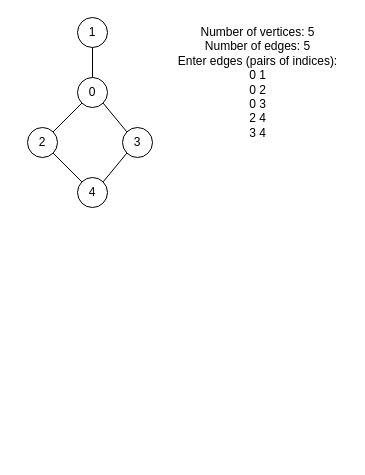
Before: nine/assignment9.drawio in alireza9978/AppliedGraphAlgorithmics, a draw.io diagram. Source tidied: cells renumbered, new cells numbered last; positions are measured from the earlier drawing's top-left corner, leaving out a move shared by most shapes. Both pictures are drawn from the tidied source at 100%, with x=0, y=0 at pixel (27, 17).
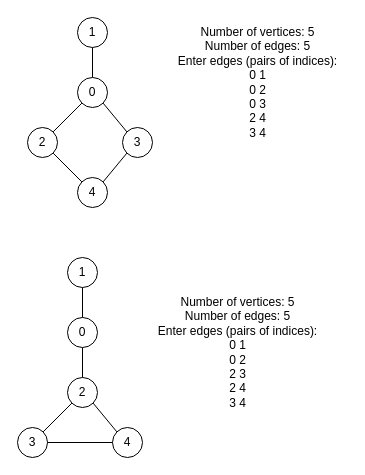
Above is the later version.

Commit message:
add another example

What changed in the source:
```diff
@@
+    <mxCell id="13" value="2" style="ellipse;whiteSpace=wrap;html=1;" parent="1" vertex="1">
+      <mxGeometry x="40" y="360" width="30" height="30" as="geometry" />
+    </mxCell>
+    <mxCell id="14" value="0" style="ellipse;whiteSpace=wrap;html=1;" parent="1" vertex="1">
+      <mxGeometry x="40" y="300" width="30" height="30" as="geometry" />
+    </mxCell>
+    <mxCell id="15" value="3" style="ellipse;whiteSpace=wrap;html=1;" parent="1" vertex="1">
+      <mxGeometry x="-10" y="410" width="30" height="30" as="geometry" />
+    </mxCell>
+    <mxCell id="16" value="4" style="ellipse;whiteSpace=wrap;html=1;" parent="1" vertex="1">
+      <mxGeometry x="85" y="410" width="30" height="30" as="geometry" />
+    </mxCell>
+    <mxCell id="17" style="endArrow=none;html=1;rounded=0;entryX=0.5;entryY=1;entryDx=0;entryDy=0;exitX=0.5;exitY=0;exitDx=0;exitDy=0;" parent="1" edge="1" source="13" target="14">
+      <mxGeometry relative="1" as="geometry" />
+    </mxCell>
+    <mxCell id="18" style="endArrow=none;html=1;rounded=0;entryX=0;entryY=1;entryDx=0;entryDy=0;exitX=1;exitY=0;exitDx=0;exitDy=0;" parent="1" edge="1" source="15" target="13">
+      <mxGeometry relative="1" as="geometry" />
+    </mxCell>
+    <mxCell id="19" style="endArrow=none;html=1;rounded=0;exitX=1;exitY=1;exitDx=0;exitDy=0;entryX=0;entryY=0;entryDx=0;entryDy=0;" parent="1" edge="1" source="13" target="16">
+      <mxGeometry relative="1" as="geometry" />
+    </mxCell>
+    <mxCell id="20" style="endArrow=none;html=1;rounded=0;entryX=1;entryY=0.5;entryDx=0;entryDy=0;exitX=0;exitY=0.5;exitDx=0;exitDy=0;" parent="1" edge="1" source="16" target="15">
+      <mxGeometry relative="1" as="geometry" />
+    </mxCell>
+    <mxCell id="21" value="&lt;div&gt;Number of vertices: 5&lt;/div&gt;&lt;div&gt;Number of edges: 5&lt;/div&gt;&lt;div&gt;Enter edges (pairs of indices):&lt;/div&gt;&lt;div&gt;0 1&lt;/div&gt;&lt;div&gt;0 2&lt;/div&gt;&lt;div&gt;2 3&lt;/div&gt;&lt;div&gt;2 4&lt;/div&gt;&lt;div&gt;3 4&lt;/div&gt;" style="text;html=1;align=center;verticalAlign=middle;strokeColor=none;fillColor=none;" parent="1" vertex="1">
+      <mxGeometry x="120" y="270" width="180" height="130" as="geometry" />
+    </mxCell>
+    <mxCell id="22" value="1" style="ellipse;whiteSpace=wrap;html=1;" parent="1" vertex="1">
+      <mxGeometry x="40" y="240" width="30" height="30" as="geometry" />
+    </mxCell>
+    <mxCell id="23" style="endArrow=none;html=1;rounded=0;entryX=0.5;entryY=1;entryDx=0;entryDy=0;exitX=0.5;exitY=0;exitDx=0;exitDy=0;" parent="1" edge="1" source="14" target="22">
+      <mxGeometry relative="1" as="geometry" />
+    </mxCell>
```
